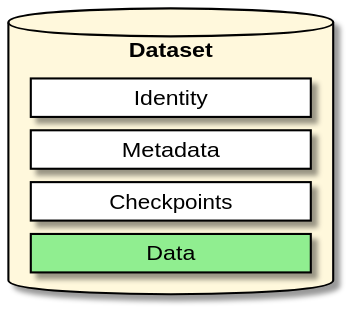
open-data-fabric/open-data-fabric keeps this PlantUML diagram as images/dataset.svg. Above is the earlier version. The source it was exported from:
```plantuml
@startuml dataset
hide circle
hide empty members

skinparam classFontSize 15
skinparam minClassWidth 200
skinparam nodesep 10
skinparam ranksep 10
skinparam ClassBorderColor Black

skinparam DatabaseBackgroundColor Cornsilk

skinparam class {
    backgroundColor White

}

database Dataset {
    class Identity
    class Metadata
    class Checkpoints
    class Data #back:lightgreen

    Identity --[hidden] Metadata
    Metadata --[hidden] Checkpoints
    Checkpoints --[hidden] Data
}
@enduml
```
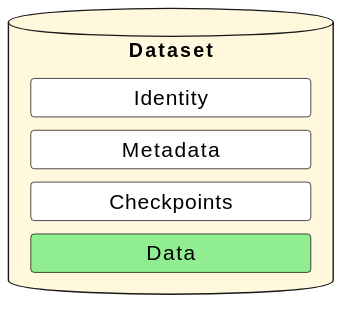
Above is the later version.

What changed in the source:
```diff
@@ -1,4 +1,4 @@
-@startuml dataset
+@startuml
 hide circle
 hide empty members
 
```
